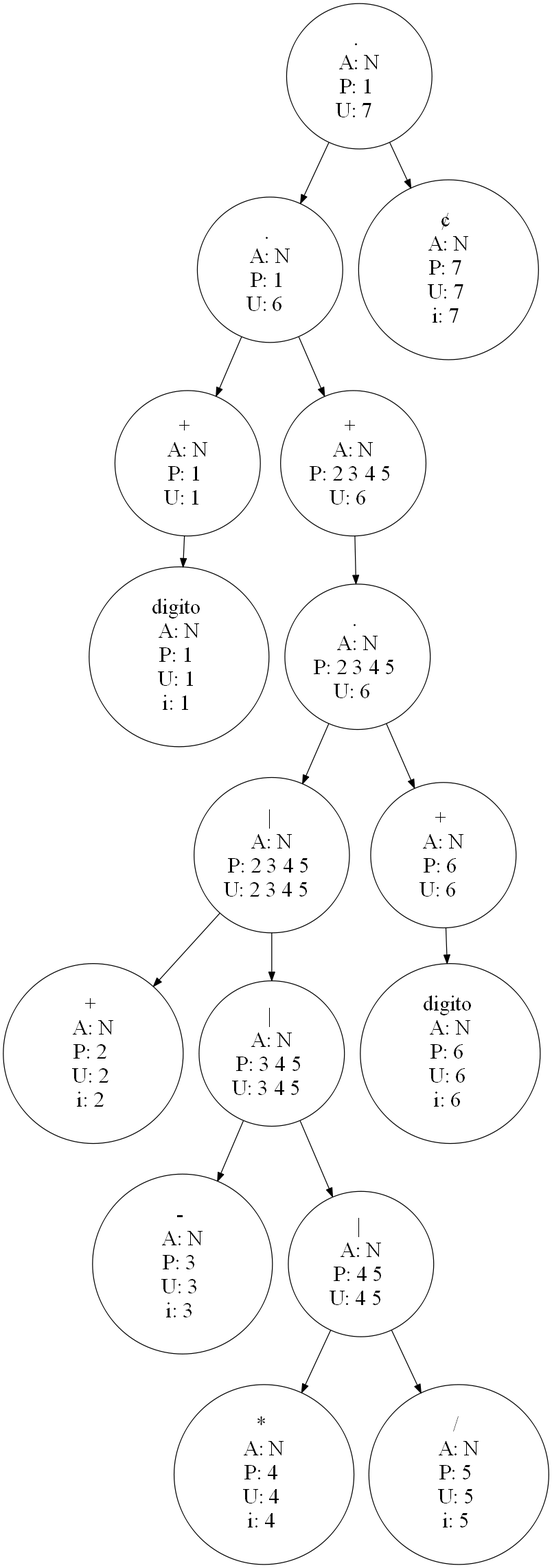
This is tree_operaciones.png from montherbasir/Practica1_OLC1, a Graphviz export, as it was before one commit. Its source is kept beside it as tree_operaciones.dot.
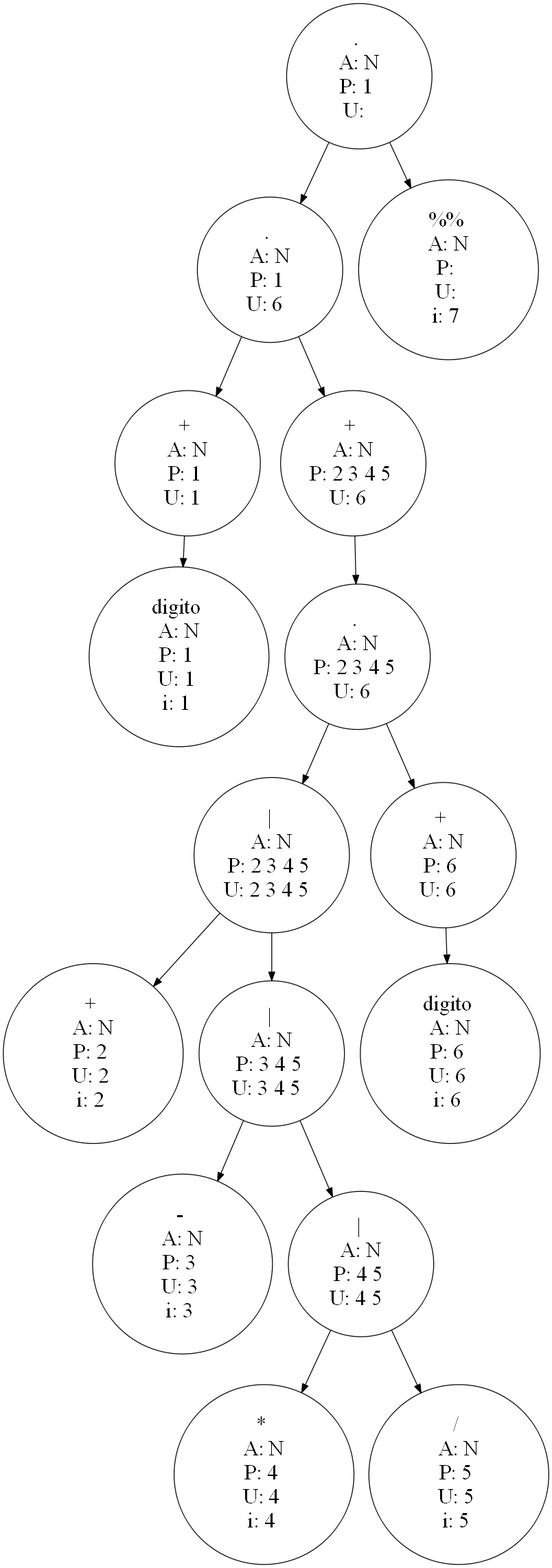
Above is the later version.

What changed in the source:
```diff
@@ -7,7 +7,7 @@
 "0" [label=".
 A: N
 P: 1
-U: 7  "];
+U:  "];
 "1" [label=".
 A: N
 P: 1
@@ -84,10 +84,10 @@
 "4" -> "5";
 "1" -> "4";
 "0" -> "1";
-"15" [label="¢
+"15" [label="%%
 A: N
-P: 7
-U: 7
+P:
+U:
 i: 7 "];
 "0" -> "15";
 }
```
